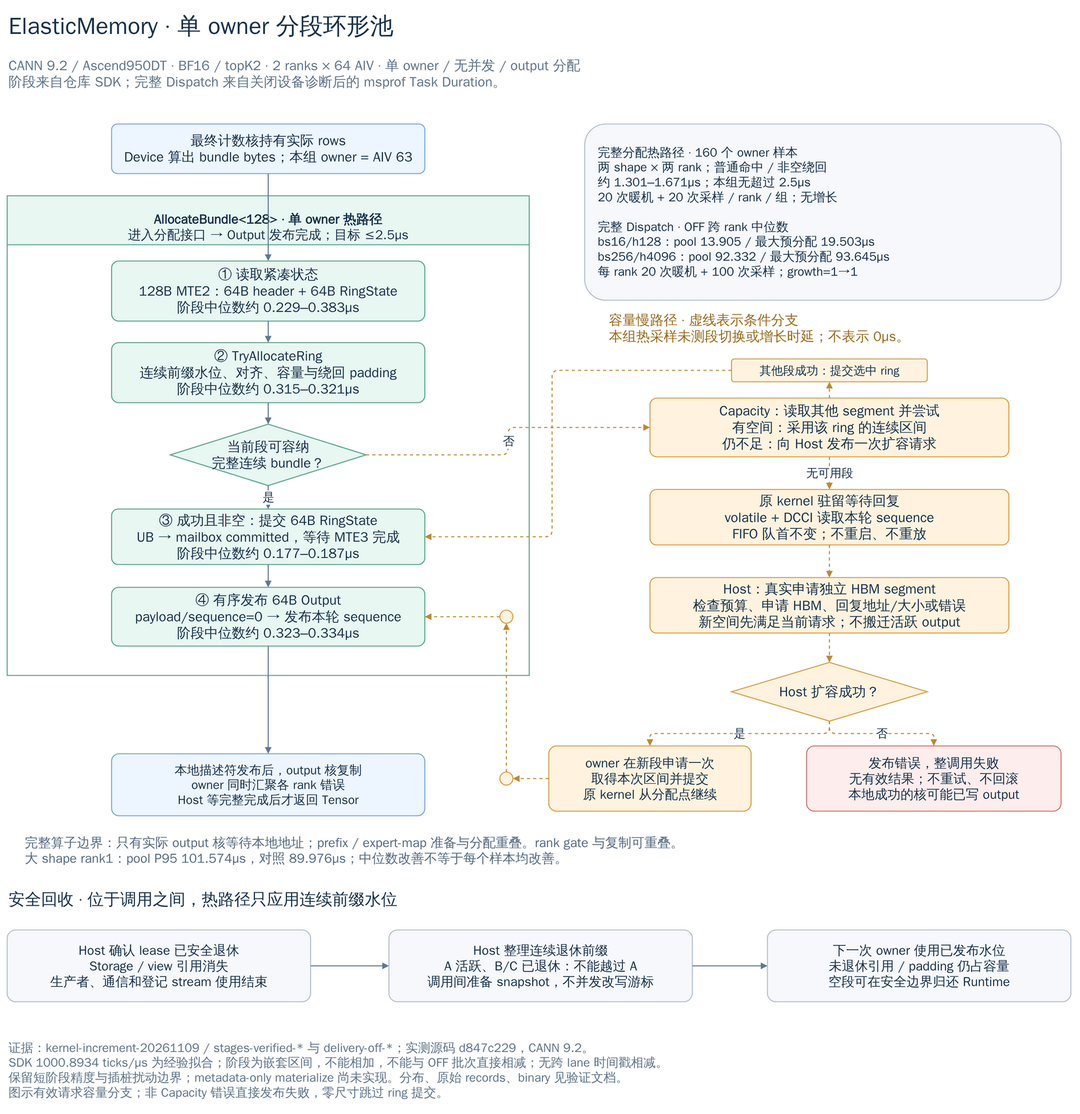
Denver17/TileXR keeps this draw.io diagram as docs/diagrams/elastic-memory/segmented-ring-allocation.drawio.png. Above is the earlier version. Source tidied: cells renumbered, new cells last; positions are measured from the earlier drawing's top-left corner, leaving out a move shared by most shapes.
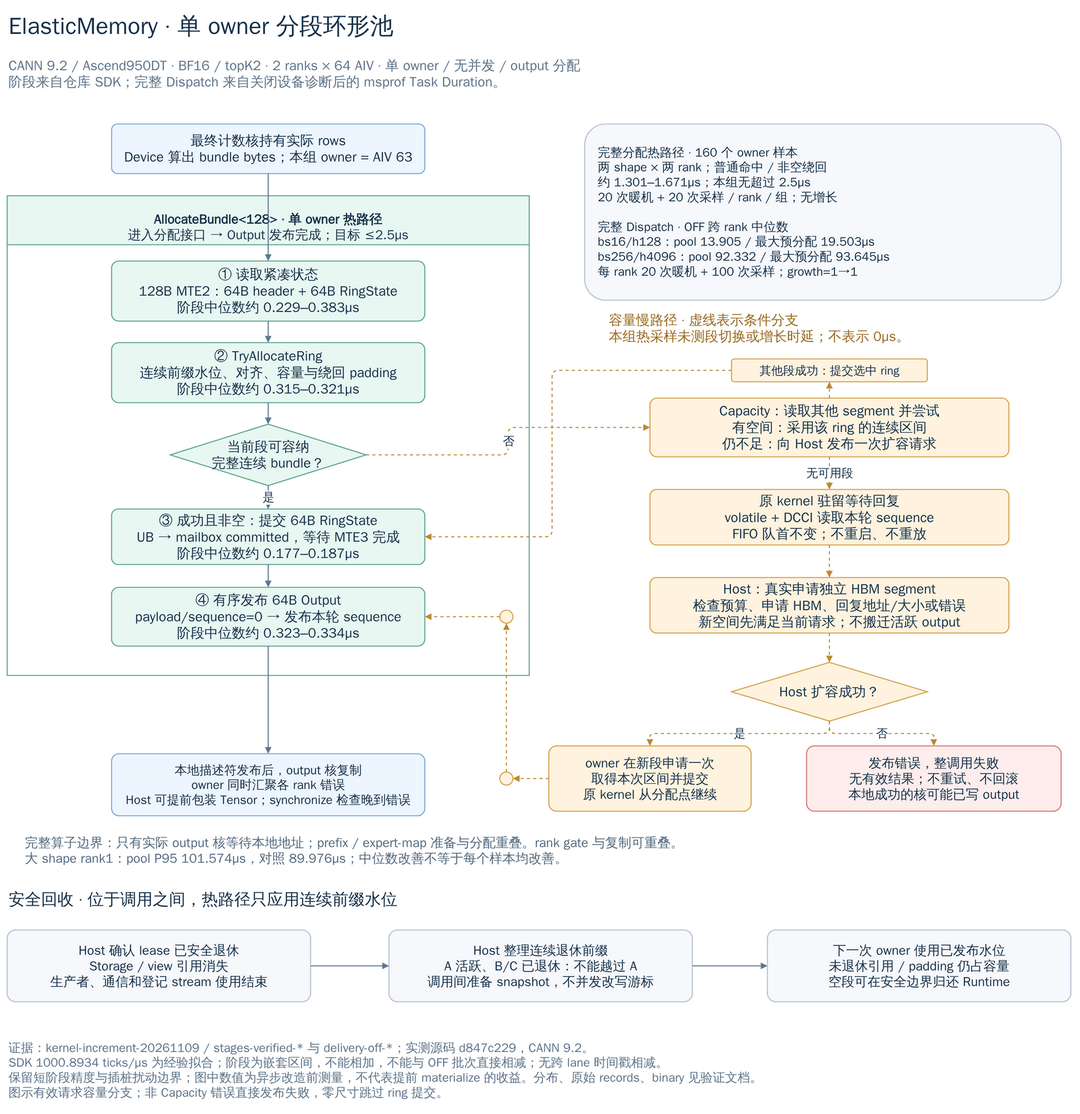
The same file after the commit.

What changed in the source:
```diff
@@ -115,7 +115,7 @@
     <mxCell id="37" value="否" style="html=1;fontFamily=WenQuanYi Zen Hei;fontSize=21;fontColor=#18324B;strokeWidth=1.6;edgeStyle=orthogonalEdgeStyle;rounded=1;endArrow=block;endFill=1;fontSize=18;labelBackgroundColor=#FFFFFF;strokeColor=#BC8A34;dashed=1;" parent="1" edge="1" source="27" target="36">
       <mxGeometry relative="1" as="geometry" />
     </mxCell>
-    <mxCell id="38" value="&lt;b&gt;本地描述符发布后，output 核复制&lt;/b&gt;&lt;br&gt;owner 同时汇聚各 rank 错误&lt;br&gt;Host 等完整完成后才返回 Tensor" style="html=1;whiteSpace=wrap;fontFamily=WenQuanYi Zen Hei;fontSize=21;fontColor=#18324B;strokeWidth=1.6;rounded=1;arcSize=12;fillColor=#EDF5FF;strokeColor=#7FA9D6;spacing=10;fontSize=20;fontSize=19;" parent="1" vertex="1">
+    <mxCell id="38" value="&lt;b&gt;本地描述符发布后，output 核复制&lt;/b&gt;&lt;br&gt;owner 同时汇聚各 rank 错误&lt;br&gt;Host 可提前包装 Tensor；synchronize 检查晚到错误" style="html=1;whiteSpace=wrap;fontFamily=WenQuanYi Zen Hei;fontSize=21;fontColor=#18324B;strokeWidth=1.6;rounded=1;arcSize=12;fillColor=#EDF5FF;strokeColor=#7FA9D6;spacing=10;fontSize=20;fontSize=19;" parent="1" vertex="1">
       <mxGeometry x="160" y="1145" width="480" height="95" as="geometry" />
     </mxCell>
     <mxCell id="39" style="html=1;fontFamily=WenQuanYi Zen Hei;fontSize=21;fontColor=#18324B;strokeWidth=1.6;edgeStyle=orthogonalEdgeStyle;rounded=1;endArrow=block;endFill=1;fontSize=18;labelBackgroundColor=#FFFFFF;strokeColor=#5F7893;" parent="1" edge="1" source="10" target="38">
@@ -142,7 +142,7 @@
     <mxCell id="46" style="html=1;fontFamily=WenQuanYi Zen Hei;fontSize=21;fontColor=#18324B;strokeWidth=1.6;edgeStyle=orthogonalEdgeStyle;rounded=1;endArrow=block;endFill=1;fontSize=18;labelBackgroundColor=#FFFFFF;strokeColor=#5F7893;" parent="1" edge="1" source="43" target="44">
       <mxGeometry relative="1" as="geometry" />
     </mxCell>
-    <mxCell id="47" value="&lt;b&gt;证据：&lt;/b&gt;kernel-increment-20261109 / stages-verified-* 与 delivery-off-*；实测源码 d847c229，CANN 9.2。&lt;br&gt;SDK 1000.8934 ticks/µs 为经验拟合；阶段为嵌套区间，不能相加，不能与 OFF 批次直接相减；无跨 lane 时间戳相减。&lt;br&gt;保留短阶段精度与插桩扰动边界；metadata-only materialize 尚未实现。分布、原始 records、binary 见验证文档。&lt;br&gt;图示有效请求容量分支；非 Capacity 错误直接发布失败，零尺寸跳过 ring 提交。" style="html=1;whiteSpace=wrap;fontFamily=WenQuanYi Zen Hei;fontSize=21;fontColor=#18324B;strokeWidth=1.6;shape=text;strokeColor=none;fillColor=none;fontSize=19;fontColor=#60758A;align=left;" parent="1" vertex="1">
+    <mxCell id="47" value="&lt;b&gt;证据：&lt;/b&gt;kernel-increment-20261109 / stages-verified-* 与 delivery-off-*；实测源码 d847c229，CANN 9.2。&lt;br&gt;SDK 1000.8934 ticks/µs 为经验拟合；阶段为嵌套区间，不能相加，不能与 OFF 批次直接相减；无跨 lane 时间戳相减。&lt;br&gt;保留短阶段精度与插桩扰动边界；图中数值为异步改造前测量，不代表提前 materialize 的收益。分布、原始 records、binary 见验证文档。&lt;br&gt;图示有效请求容量分支；非 Capacity 错误直接发布失败，零尺寸跳过 ring 提交。" style="html=1;whiteSpace=wrap;fontFamily=WenQuanYi Zen Hei;fontSize=21;fontColor=#18324B;strokeWidth=1.6;shape=text;strokeColor=none;fillColor=none;fontSize=19;fontColor=#60758A;align=left;" parent="1" vertex="1">
       <mxGeometry y="1575" width="1630" height="110" as="geometry" />
     </mxCell>
   </root>
```
